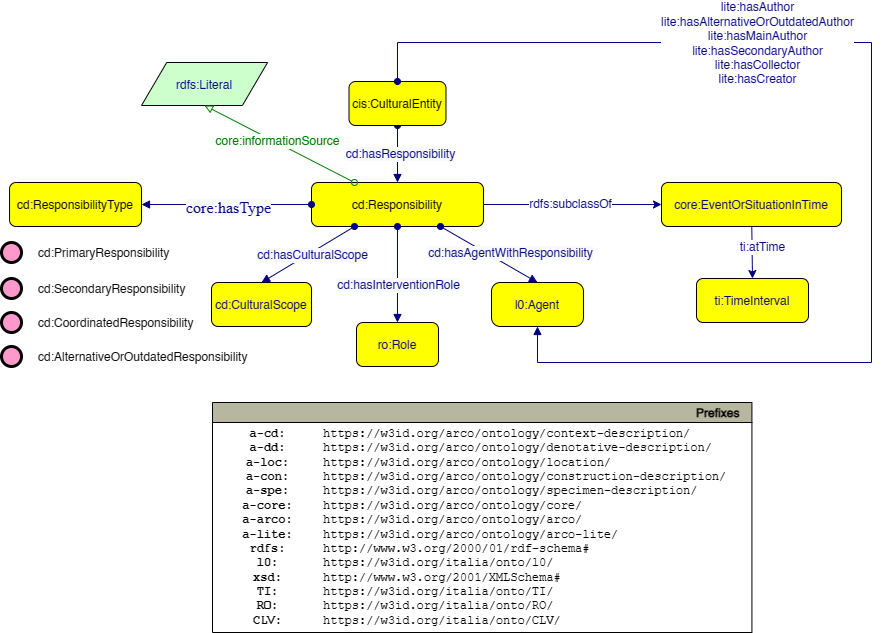
Above: ArCo-release/test/2.0/Responsibility/Responsibility-Pattern.drawio.png in ICCD-MiBACT/ArCo (draw.io), before the change. Source tidied: cells renumbered, new cells last; positions are measured from the earlier drawing's top-left corner, leaving out a move shared by most shapes.
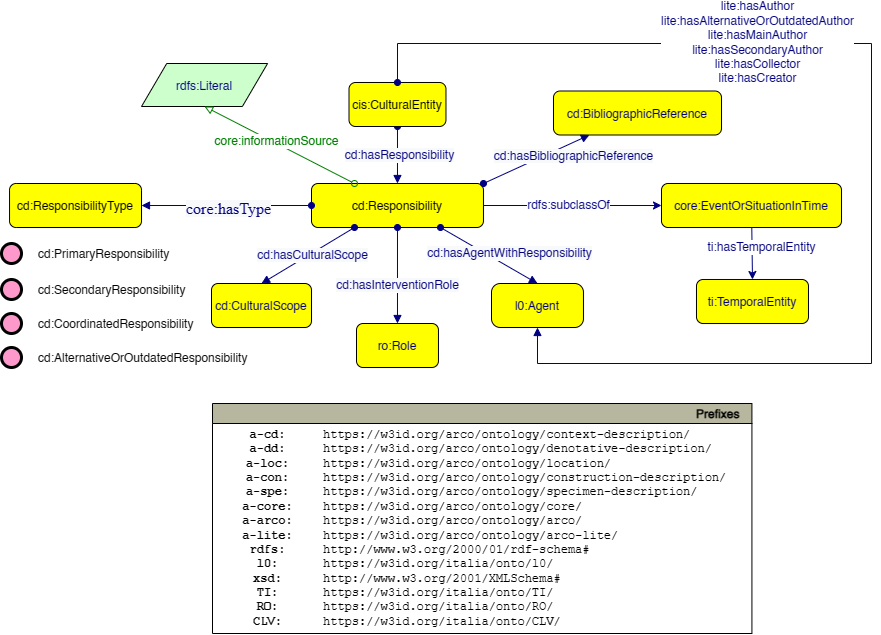
The same diagram one commit later.

What changed in the source:
```diff
@@ -31,13 +31,13 @@
     <mxCell id="10" value="core:EventOrSituationInTime" style="graphMlID=n4;shape=rect;rounded=1;arcsize=30;fillColor=#ffff00;strokeColor=#000000;strokeWidth=1.0;fontFamily=Helvetica;fontSize=12;fontColor=#000080;" parent="1" vertex="1">
       <mxGeometry x="660" y="140" width="180" height="44" as="geometry" />
     </mxCell>
-    <mxCell id="11" value="ti:TimeInterval" style="graphMlID=n4;shape=rect;rounded=1;arcsize=30;fillColor=#ffff00;strokeColor=#000000;strokeWidth=1.0;fontFamily=Helvetica;fontSize=12;fontColor=#000080;" parent="1" vertex="1">
+    <mxCell id="11" value="ti:TemporalEntity" style="graphMlID=n4;shape=rect;rounded=1;arcsize=30;fillColor=#ffff00;strokeColor=#000000;strokeWidth=1.0;fontFamily=Helvetica;fontSize=12;fontColor=#000080;" parent="1" vertex="1">
       <mxGeometry x="695" y="236" width="112" height="44" as="geometry" />
     </mxCell>
     <mxCell id="12" style="endArrow=classic;html=1;textDirection=ltr;rounded=0;fontFamily=Helvetica;fontSize=12;fontColor=#000080;strokeColor=#000080;entryX=0.5;entryY=0;entryDx=0;entryDy=0;" parent="1" edge="1" source="10" target="11">
       <mxGeometry relative="1" as="geometry" />
     </mxCell>
-    <mxCell id="13" value="ti:atTime" style="text;html=1;align=center;verticalAlign=middle;labelBackgroundColor=#ffffff;rotation=0;fontFamily=Helvetica;fontSize=12;fontColor=#000080;" parent="12" vertex="1">
+    <mxCell id="13" value="ti:hasTemporalEntity" style="text;html=1;align=center;verticalAlign=middle;labelBackgroundColor=#ffffff;rotation=0;fontFamily=Helvetica;fontSize=12;fontColor=#000080;" parent="12" vertex="1">
       <mxGeometry x="-0.22" relative="1" as="geometry">
         <mxPoint x="9" as="offset" />
       </mxGeometry>
@@ -125,5 +125,16 @@
     <mxCell id="35" value="cd:AlternativeOrOutdatedResponsibility" style="graphMlID=n9;shape=ellipse;fillColor=#ff99cc;strokeColor=#000000;strokeWidth=3.0;verticalAlign=middle;labelPosition=right;verticalLabelPosition=middle;align=left;spacingRight=1;spacing=17;" parent="1" vertex="1">
       <mxGeometry y="304" width="20" height="20" as="geometry" />
     </mxCell>
+    <mxCell id="36" value="cd:BibliographicReference" style="graphMlID=n4;shape=rect;rounded=1;arcsize=30;fillColor=#ffff00;strokeColor=#000000;strokeWidth=1.0;fontFamily=Helvetica;fontSize=12;fontColor=#000080;" parent="1" vertex="1">
+      <mxGeometry x="552" y="47.5" width="168" height="44" as="geometry" />
+    </mxCell>
+    <mxCell id="37" style="graphMlID=e0;rounded=0;endArrow=block;strokeColor=#000080;strokeWidth=1.0;startArrow=oval;startFill=1;endFill=1;fontFamily=Helvetica;fontSize=12;fontColor=#000080;exitX=1;exitY=0;exitDx=0;exitDy=0;" parent="1" edge="1" source="2" target="36">
+      <mxGeometry relative="1" as="geometry" />
+    </mxCell>
+    <mxCell id="38" value="&lt;span style=&quot;color: rgb(0, 0, 128); font-size: 12px; background-color: rgb(248, 249, 250);&quot;&gt;cd:hasBibliographicReference&lt;/span&gt;" style="text;html=1;align=center;verticalAlign=middle;labelBackgroundColor=#ffffff;fontFamily=Helvetica;fontSize=12;fontColor=#000080;" parent="37" vertex="1">
+      <mxGeometry x="-0.02" y="2" relative="1" as="geometry">
+        <mxPoint x="39" y="-2" as="offset" />
+      </mxGeometry>
+    </mxCell>
   </root>
 </mxGraphModel>
```
